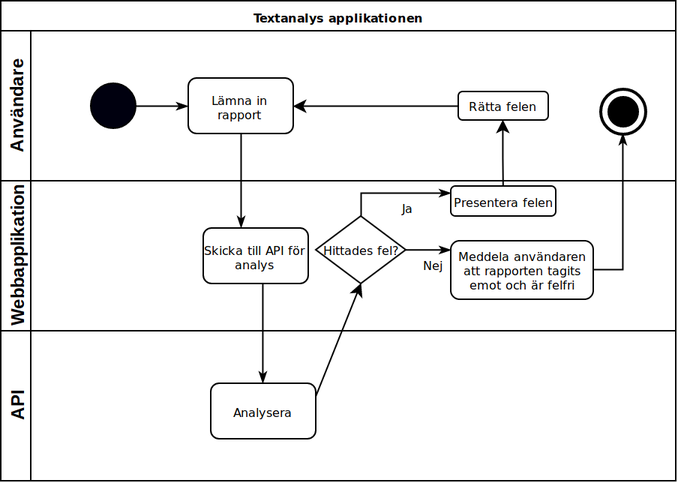
This is bilder/overviewflow.png from ellakk/examensarbete, a draw.io export, as it was before one commit. Source tidied: cells renumbered, new cells last; positions are measured from the earlier drawing's top-left corner, leaving out a move shared by most shapes. The source it was exported from:
```xml
<mxGraphModel background="#ffffff">
  <root>
    <mxCell id="0" />
    <mxCell id="1" parent="0" />
    <mxCell id="2" value="Textanalys applikationen" style="swimlane;html=1;horizontal=1;startSize=20;rounded=0;shadow=0;labelBackgroundColor=none;strokeColor=#000000;strokeWidth=1;fillColor=#ffffff;fontFamily=Verdana;fontSize=8;fontColor=#000000;align=center;" parent="1" vertex="1">
      <mxGeometry width="450" height="320" as="geometry" />
    </mxCell>
    <mxCell id="3" value="Användare" style="swimlane;html=1;startSize=20;horizontal=0;" parent="2" vertex="1">
      <mxGeometry y="20" width="450" height="100" as="geometry" />
    </mxCell>
    <mxCell id="4" style="edgeStyle=orthogonalEdgeStyle;rounded=0;html=1;labelBackgroundColor=none;startArrow=none;startFill=0;startSize=5;endArrow=classicThin;endFill=1;endSize=5;jettySize=auto;strokeColor=#000000;strokeWidth=1;fontFamily=Verdana;fontSize=8;fontColor=#000000;" parent="3" edge="1" source="5" target="6">
      <mxGeometry relative="1" as="geometry" />
    </mxCell>
    <mxCell id="5" style="ellipse;whiteSpace=wrap;html=1;rounded=0;shadow=0;labelBackgroundColor=none;strokeColor=#000000;strokeWidth=1;fillColor=#00000F;fontFamily=Verdana;fontSize=8;fontColor=#000000;align=center;gradientColor=none;" parent="3" vertex="1">
      <mxGeometry x="60" y="35" width="30" height="30" as="geometry" />
    </mxCell>
    <mxCell id="6" value="Lämna in rapport" style="rounded=1;whiteSpace=wrap;html=1;shadow=0;labelBackgroundColor=none;strokeColor=#000000;strokeWidth=1;fillColor=#ffffff;fontFamily=Verdana;fontSize=8;fontColor=#000000;align=center;" parent="3" vertex="1">
      <mxGeometry x="125" y="31.5" width="70" height="37" as="geometry" />
    </mxCell>
    <mxCell id="7" value="Rätta felen" style="rounded=1;whiteSpace=wrap;html=1;shadow=0;labelBackgroundColor=none;strokeColor=#000000;strokeWidth=1;fillColor=#ffffff;fontFamily=Verdana;fontSize=8;fontColor=#000000;align=center;" parent="3" vertex="1">
      <mxGeometry x="305" y="40.5" width="60" height="19" as="geometry" />
    </mxCell>
    <mxCell id="8" style="ellipse;whiteSpace=wrap;html=1;rounded=0;shadow=0;labelBackgroundColor=none;strokeWidth=2;fontFamily=Verdana;fontSize=8;align=center;gradientColor=#ffffff;" parent="3" vertex="1">
      <mxGeometry x="400" y="38.5" width="30" height="30" as="geometry" />
    </mxCell>
    <mxCell id="9" style="endArrow=classic;html=1;entryX=1;entryY=0.5;entryDx=0;entryDy=0;exitX=0;exitY=0.5;exitDx=0;exitDy=0;" parent="3" edge="1" source="7" target="6">
      <mxGeometry relative="1" as="geometry" />
    </mxCell>
    <mxCell id="10" style="ellipse;whiteSpace=wrap;html=1;fillColor=#000000;" parent="3" vertex="1">
      <mxGeometry x="405" y="43.5" width="20" height="20" as="geometry" />
    </mxCell>
    <mxCell id="11" value="Webbapplikation" style="swimlane;html=1;startSize=20;horizontal=0;" parent="2" vertex="1">
      <mxGeometry y="120" width="450" height="100" as="geometry" />
    </mxCell>
    <mxCell id="12" value="Skicka till API för analys" style="rounded=1;whiteSpace=wrap;html=1;shadow=0;labelBackgroundColor=none;strokeColor=#000000;strokeWidth=1;fillColor=#ffffff;fontFamily=Verdana;fontSize=8;fontColor=#000000;align=center;" parent="11" vertex="1">
      <mxGeometry x="135" y="31.5" width="70" height="37" as="geometry" />
    </mxCell>
    <mxCell id="13" value="Meddela användaren att rapporten tagits emot och är felfri" style="rounded=1;whiteSpace=wrap;html=1;shadow=0;labelBackgroundColor=none;strokeColor=#000000;strokeWidth=1;fillColor=#ffffff;fontFamily=Verdana;fontSize=8;fontColor=#000000;align=center;" parent="11" vertex="1">
      <mxGeometry x="300" y="40" width="95" height="39" as="geometry" />
    </mxCell>
    <mxCell id="14" value="Hittades fel?" style="strokeWidth=1;html=1;shape=mxgraph.flowchart.decision;whiteSpace=wrap;rounded=1;shadow=0;labelBackgroundColor=none;fillColor=#ffffff;fontFamily=Verdana;fontSize=8;fontColor=#000000;align=center;" parent="11" vertex="1">
      <mxGeometry x="210" y="23.5" width="60" height="45" as="geometry" />
    </mxCell>
    <mxCell id="15" value="Nej" style="edgeStyle=orthogonalEdgeStyle;rounded=0;html=1;labelBackgroundColor=none;startArrow=none;startFill=0;startSize=5;endArrow=classicThin;endFill=1;endSize=5;jettySize=auto;strokeColor=#000000;strokeWidth=1;fontFamily=Verdana;fontSize=8;fontColor=#000000;" parent="11" edge="1" source="14">
      <mxGeometry x="0.25" y="-10" relative="1" as="geometry">
        <mxPoint x="300" y="46" as="targetPoint" />
        <Array as="points">
          <mxPoint x="300" y="46" />
        </Array>
      </mxGeometry>
    </mxCell>
    <mxCell id="16" style="edgeStyle=orthogonalEdgeStyle;rounded=0;jettySize=auto;html=1;entryX=0.5;entryY=1;entryDx=0;entryDy=0;" parent="11" edge="1" target="7">
      <mxGeometry relative="1" as="geometry">
        <mxPoint x="335" y="10" as="sourcePoint" />
      </mxGeometry>
    </mxCell>
    <mxCell id="17" value="Presentera felen" style="rounded=1;whiteSpace=wrap;html=1;shadow=0;labelBackgroundColor=none;strokeColor=#000000;strokeWidth=1;fillColor=#ffffff;fontFamily=Verdana;fontSize=8;fontColor=#000000;align=center;" parent="11" vertex="1">
      <mxGeometry x="300" y="3.5" width="70" height="20" as="geometry" />
    </mxCell>
    <mxCell id="18" value="Ja" style="edgeStyle=orthogonalEdgeStyle;rounded=0;html=1;labelBackgroundColor=none;startArrow=none;startFill=0;startSize=5;endArrow=classicThin;endFill=1;endSize=5;jettySize=auto;strokeColor=#000000;strokeWidth=1;fontFamily=Verdana;fontSize=8;fontColor=#000000;exitX=0.5;exitY=0;exitDx=0;exitDy=0;exitPerimeter=0;" parent="11" edge="1" source="14">
      <mxGeometry x="0.25" y="-10" relative="1" as="geometry">
        <mxPoint x="300" y="8" as="targetPoint" />
        <Array as="points">
          <mxPoint x="240" y="8" />
        </Array>
      </mxGeometry>
    </mxCell>
    <mxCell id="19" value="API" style="swimlane;html=1;startSize=20;horizontal=0;" parent="2" vertex="1">
      <mxGeometry y="220" width="450" height="100" as="geometry" />
    </mxCell>
    <mxCell id="20" value="Analysera" style="rounded=1;whiteSpace=wrap;html=1;shadow=0;labelBackgroundColor=none;strokeColor=#000000;strokeWidth=1;fillColor=#ffffff;fontFamily=Verdana;fontSize=8;fontColor=#000000;align=center;" parent="19" vertex="1">
      <mxGeometry x="140" y="35" width="70" height="37" as="geometry" />
    </mxCell>
    <mxCell id="21" style="edgeStyle=orthogonalEdgeStyle;rounded=0;html=1;labelBackgroundColor=none;startArrow=none;startFill=0;startSize=5;endArrow=classicThin;endFill=1;endSize=5;jettySize=auto;strokeColor=#000000;strokeWidth=1;fontFamily=Verdana;fontSize=8;fontColor=#000000;" parent="2" edge="1" source="6" target="12">
      <mxGeometry relative="1" as="geometry">
        <Array as="points">
          <mxPoint x="160" y="130" />
          <mxPoint x="160" y="130" />
        </Array>
      </mxGeometry>
    </mxCell>
    <mxCell id="22" style="edgeStyle=orthogonalEdgeStyle;rounded=0;html=1;labelBackgroundColor=none;startArrow=none;startFill=0;startSize=5;endArrow=classicThin;endFill=1;endSize=5;jettySize=auto;strokeColor=#000000;strokeWidth=1;fontFamily=Verdana;fontSize=8;fontColor=#000000;entryX=0.5;entryY=0;entryDx=0;entryDy=0;" parent="2" edge="1" source="12" target="20">
      <mxGeometry relative="1" as="geometry">
        <Array as="points">
          <mxPoint x="175" y="210" />
          <mxPoint x="175" y="210" />
        </Array>
      </mxGeometry>
    </mxCell>
    <mxCell id="23" style="edgeStyle=orthogonalEdgeStyle;rounded=0;html=1;entryX=0.5;entryY=1;labelBackgroundColor=none;startArrow=none;startFill=0;startSize=5;endArrow=classicThin;endFill=1;endSize=5;jettySize=auto;strokeColor=#000000;strokeWidth=1;fontFamily=Verdana;fontSize=8;fontColor=#000000;entryDx=0;entryDy=0;" parent="2" edge="1" source="13" target="8">
      <mxGeometry relative="1" as="geometry" />
    </mxCell>
    <mxCell id="24" style="endArrow=classic;html=1;exitX=1;exitY=0.25;exitDx=0;exitDy=0;entryX=0.5;entryY=1;entryDx=0;entryDy=0;entryPerimeter=0;" parent="2" edge="1" source="20" target="14">
      <mxGeometry relative="1" as="geometry" />
    </mxCell>
  </root>
</mxGraphModel>
```
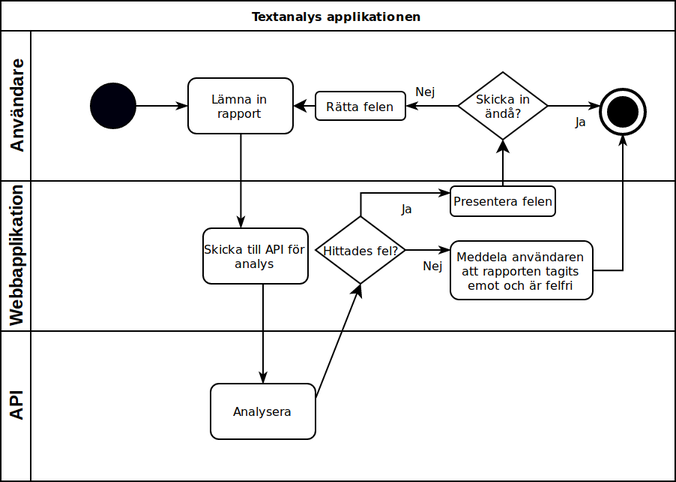
The same file after the commit.

Diff of the diagram source:
```diff
@@ -18,7 +18,7 @@
       <mxGeometry x="125" y="31.5" width="70" height="37" as="geometry" />
     </mxCell>
     <mxCell id="7" value="Rätta felen" style="rounded=1;whiteSpace=wrap;html=1;shadow=0;labelBackgroundColor=none;strokeColor=#000000;strokeWidth=1;fillColor=#ffffff;fontFamily=Verdana;fontSize=8;fontColor=#000000;align=center;" parent="3" vertex="1">
-      <mxGeometry x="305" y="40.5" width="60" height="19" as="geometry" />
+      <mxGeometry x="210" y="40.5" width="60" height="19" as="geometry" />
     </mxCell>
     <mxCell id="8" style="ellipse;whiteSpace=wrap;html=1;rounded=0;shadow=0;labelBackgroundColor=none;strokeWidth=2;fontFamily=Verdana;fontSize=8;align=center;gradientColor=#ffffff;" parent="3" vertex="1">
       <mxGeometry x="400" y="38.5" width="30" height="30" as="geometry" />
@@ -29,6 +29,20 @@
     <mxCell id="10" style="ellipse;whiteSpace=wrap;html=1;fillColor=#000000;" parent="3" vertex="1">
       <mxGeometry x="405" y="43.5" width="20" height="20" as="geometry" />
     </mxCell>
+    <mxCell id="25" value="&lt;div&gt;Skicka in&lt;/div&gt;&lt;div&gt;ändå?&lt;br&gt;&lt;/div&gt;" style="strokeWidth=1;html=1;shape=mxgraph.flowchart.decision;whiteSpace=wrap;rounded=1;shadow=0;labelBackgroundColor=none;fillColor=#ffffff;fontFamily=Verdana;fontSize=8;fontColor=#000000;align=center;" parent="3" vertex="1">
+      <mxGeometry x="305" y="27.5" width="60" height="45" as="geometry" />
+    </mxCell>
+    <mxCell id="26" value="Ja" style="edgeStyle=orthogonalEdgeStyle;rounded=0;html=1;labelBackgroundColor=none;startArrow=none;startFill=0;startSize=5;endArrow=classicThin;endFill=1;endSize=5;jettySize=auto;strokeColor=#000000;strokeWidth=1;fontFamily=Verdana;fontSize=8;fontColor=#000000;exitX=1;exitY=0.5;exitDx=0;exitDy=0;exitPerimeter=0;" parent="3" edge="1" source="25">
+      <mxGeometry x="0.25" y="-10" relative="1" as="geometry">
+        <mxPoint x="400" y="50" as="targetPoint" />
+        <Array as="points">
+          <mxPoint x="400" y="50" />
+        </Array>
+      </mxGeometry>
+    </mxCell>
+    <mxCell id="27" value="Nej" style="edgeStyle=orthogonalEdgeStyle;rounded=0;html=1;labelBackgroundColor=none;startArrow=none;startFill=0;startSize=5;endArrow=classicThin;endFill=1;endSize=5;jettySize=auto;strokeColor=#000000;strokeWidth=1;fontFamily=Verdana;fontSize=8;fontColor=#000000;exitX=0;exitY=0.5;exitDx=0;exitDy=0;exitPerimeter=0;entryX=1;entryY=0.5;entryDx=0;entryDy=0;" parent="3" edge="1" source="25" target="7">
+      <mxGeometry x="0.25" y="-10" relative="1" as="geometry" />
+    </mxCell>
     <mxCell id="11" value="Webbapplikation" style="swimlane;html=1;startSize=20;horizontal=0;" parent="2" vertex="1">
       <mxGeometry y="120" width="450" height="100" as="geometry" />
     </mxCell>
@@ -49,7 +63,7 @@
         </Array>
       </mxGeometry>
     </mxCell>
-    <mxCell id="16" style="edgeStyle=orthogonalEdgeStyle;rounded=0;jettySize=auto;html=1;entryX=0.5;entryY=1;entryDx=0;entryDy=0;" parent="11" edge="1" target="7">
+    <mxCell id="16" style="edgeStyle=orthogonalEdgeStyle;rounded=0;jettySize=auto;html=1;entryX=0.5;entryY=1;entryDx=0;entryDy=0;entryPerimeter=0;" parent="11" edge="1" target="25">
       <mxGeometry relative="1" as="geometry">
         <mxPoint x="335" y="10" as="sourcePoint" />
       </mxGeometry>
```
